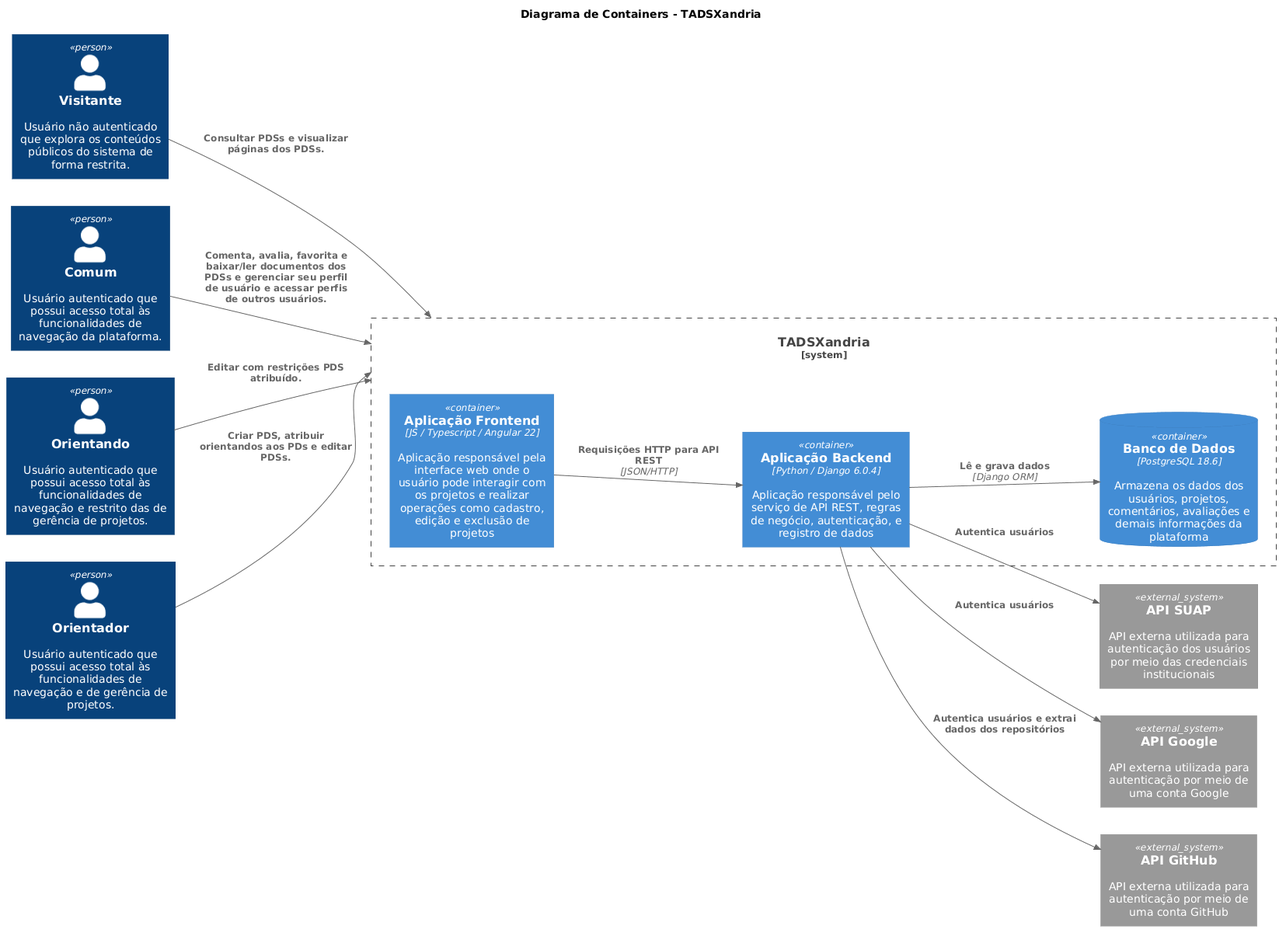
This is Diagrama_Containers_tadsxandria.png from anabs-escolar/as-atividades, a PlantUML export, as it was before one commit.
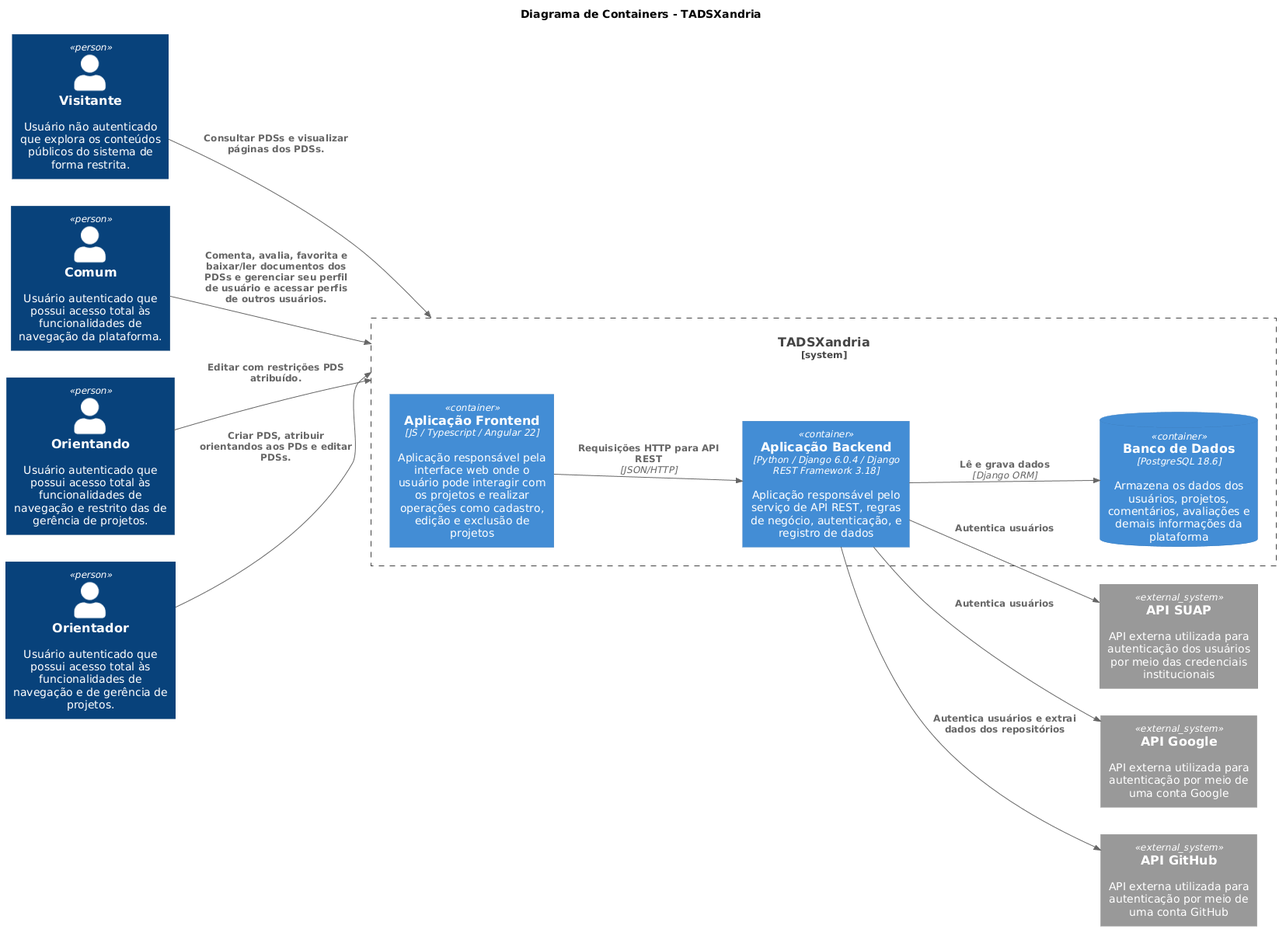
After the change.

Commit message:
adiciona django rest

Diff of the diagram source:
```diff
@@ -15,7 +15,7 @@
 
 System_Boundary(system, "TADSXandria") {
 
-    Container(back, "Aplicação Backend", "Python / Django 6.0.4", "Aplicação responsável pelo serviço de API REST, regras de negócio, autenticação, e registro de dados")
+    Container(back, "Aplicação Backend", "Python / Django 6.0.4 / Django REST Framework 3.18", "Aplicação responsável pelo serviço de API REST, regras de negócio, autenticação, e registro de dados")
 
     Container(front, "Aplicação Frontend", "JS / Typescript / Angular 22", "Aplicação responsável pela interface web onde o usuário pode interagir com os projetos e realizar operações como cadastro, edição e exclusão de projetos")
 
```
